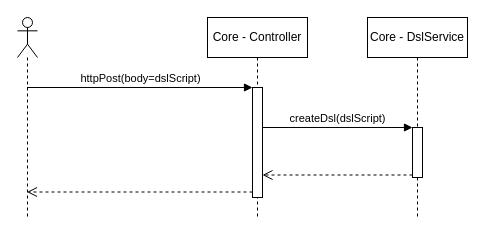
This is page "Page-1" (1 of 3) of doc/src/content/75_implementation/process.drawio from Tiegris/KonstrainR, a draw.io file, before an edit. Source tidied: cells renumbered, new cells numbered last; positions are measured from the earlier drawing's top-left corner, leaving out a move shared by most shapes. Both pictures are drawn from the tidied source at 100%, with x=0, y=0 at pixel (17, 17).
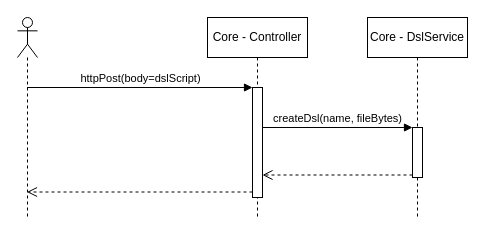
Above is the later version.

What changed in the source:
```diff
@@
 <mxGraphModel>
   <root>
     <mxCell id="0" />
     <mxCell id="1" parent="0" />
     <mxCell id="2" value="Core - Controller" style="shape=umlLifeline;perimeter=lifelinePerimeter;whiteSpace=wrap;html=1;" parent="1" vertex="1">
       <mxGeometry x="190" width="100" height="200" as="geometry" />
     </mxCell>
     <mxCell id="3" style="html=1;points=[];perimeter=orthogonalPerimeter;" parent="2" vertex="1">
       <mxGeometry x="45" y="70" width="10" height="110" as="geometry" />
     </mxCell>
     <mxCell id="4" value="httpPost(body=dslScript)" style="html=1;verticalAlign=bottom;endArrow=block;entryX=0;entryY=0;" parent="1" edge="1" source="10" target="3">
       <mxGeometry relative="1" as="geometry" />
     </mxCell>
     <mxCell id="5" style="html=1;verticalAlign=bottom;endArrow=open;dashed=1;endSize=8;exitX=0;exitY=0.95;" parent="1" edge="1" source="3" target="10">
       <mxGeometry relative="1" as="geometry" />
     </mxCell>
     <mxCell id="6" value="Core - DslService" style="shape=umlLifeline;perimeter=lifelinePerimeter;whiteSpace=wrap;html=1;" parent="1" vertex="1">
       <mxGeometry x="350" width="100" height="200" as="geometry" />
     </mxCell>
     <mxCell id="7" style="html=1;points=[];perimeter=orthogonalPerimeter;" parent="6" vertex="1">
       <mxGeometry x="45" y="110" width="10" height="50" as="geometry" />
     </mxCell>
-    <mxCell id="8" value="createDsl(dslScript)" style="html=1;verticalAlign=bottom;endArrow=block;entryX=0;entryY=0;" parent="1" edge="1" source="3" target="7">
+    <mxCell id="8" value="createDsl(name, fileBytes)" style="html=1;verticalAlign=bottom;endArrow=block;entryX=0;entryY=0;" parent="1" edge="1" source="3" target="7">
       <mxGeometry relative="1" as="geometry" />
     </mxCell>
     <mxCell id="9" style="html=1;verticalAlign=bottom;endArrow=open;dashed=1;endSize=8;exitX=0;exitY=0.95;" parent="1" edge="1" source="7" target="3">
       <mxGeometry relative="1" as="geometry" />
     </mxCell>
     <mxCell id="10" style="shape=umlLifeline;participant=umlActor;perimeter=lifelinePerimeter;whiteSpace=wrap;html=1;verticalAlign=top;spacingTop=36;outlineConnect=0;" parent="1" vertex="1">
       <mxGeometry width="20" height="200" as="geometry" />
     </mxCell>
   </root>
 </mxGraphModel>
```
